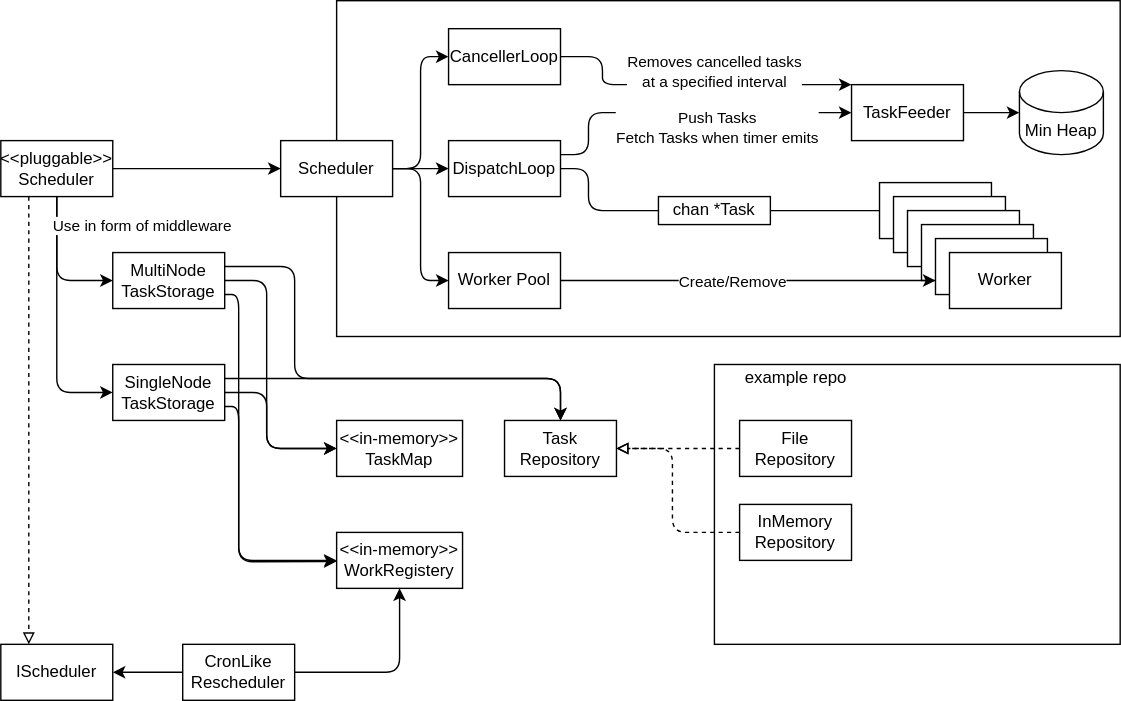
Earlier version of the draw.io export arch.drawio.svg (ngicks/gokugen). Source tidied: cells renumbered, new cells last; positions are measured from the earlier drawing's top-left corner, leaving out a move shared by most shapes.
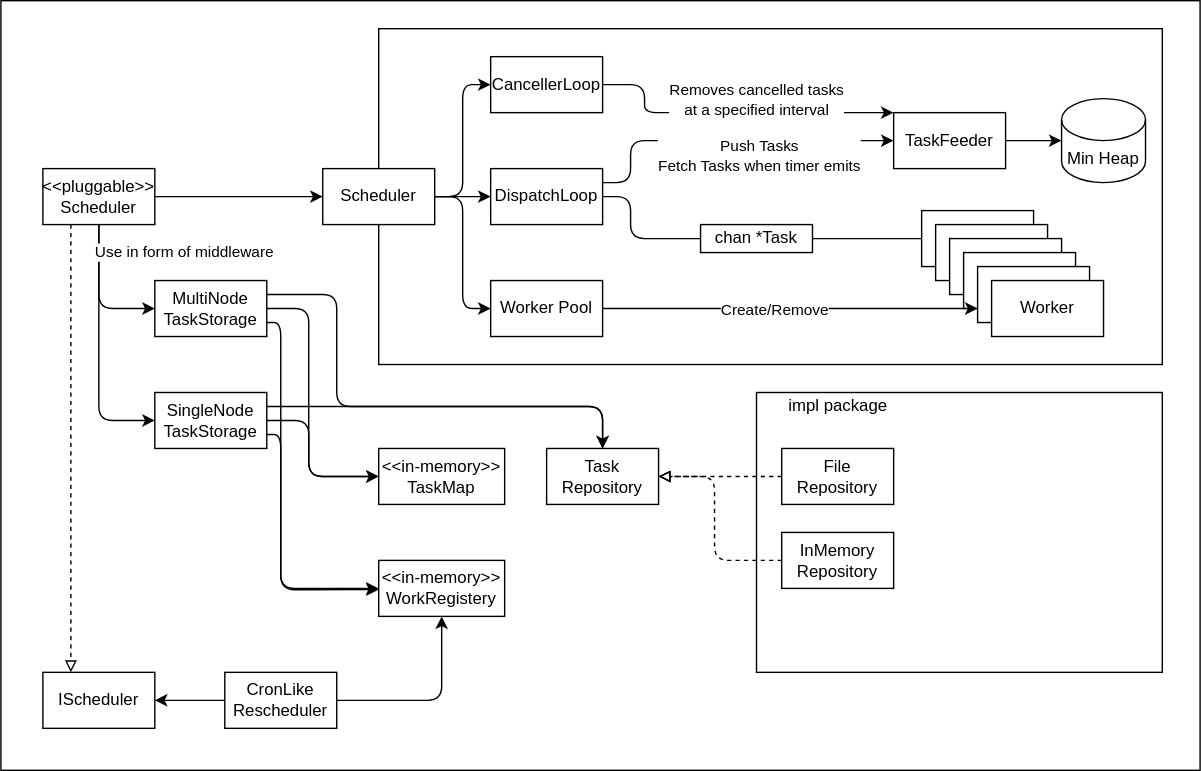
Above is the later version.

Commit message:
docs(README.md): update TODO, update arch image

The edit, as a diff of the source:
```diff
@@ -2,6 +2,9 @@
   <root>
     <mxCell id="0" />
     <mxCell id="1" parent="0" />
+    <mxCell id="55" style="rounded=0;whiteSpace=wrap;html=1;align=center;" parent="1" vertex="1">
+      <mxGeometry x="-30" y="-20" width="857" height="550" as="geometry" />
+    </mxCell>
     <mxCell id="2" style="rounded=0;whiteSpace=wrap;html=1;align=center;" parent="1" vertex="1">
       <mxGeometry x="510" y="260" width="290" height="200" as="geometry" />
     </mxCell>
@@ -228,7 +231,7 @@
     <mxCell id="50" value="File Repository" style="rounded=0;whiteSpace=wrap;html=1;" parent="1" vertex="1">
       <mxGeometry x="528" y="300" width="80" height="40" as="geometry" />
     </mxCell>
-    <mxCell id="51" value="example repo" style="text;html=1;strokeColor=none;fillColor=none;align=center;verticalAlign=middle;whiteSpace=wrap;rounded=0;" parent="1" vertex="1">
+    <mxCell id="51" value="impl package" style="text;html=1;strokeColor=none;fillColor=none;align=center;verticalAlign=middle;whiteSpace=wrap;rounded=0;" parent="1" vertex="1">
       <mxGeometry x="517" y="260" width="103" height="20" as="geometry" />
     </mxCell>
     <mxCell id="52" style="edgeStyle=none;html=1;entryX=1;entryY=0.5;entryDx=0;entryDy=0;dashed=1;endArrow=block;endFill=0;" parent="1" edge="1" source="53" target="23">
```
